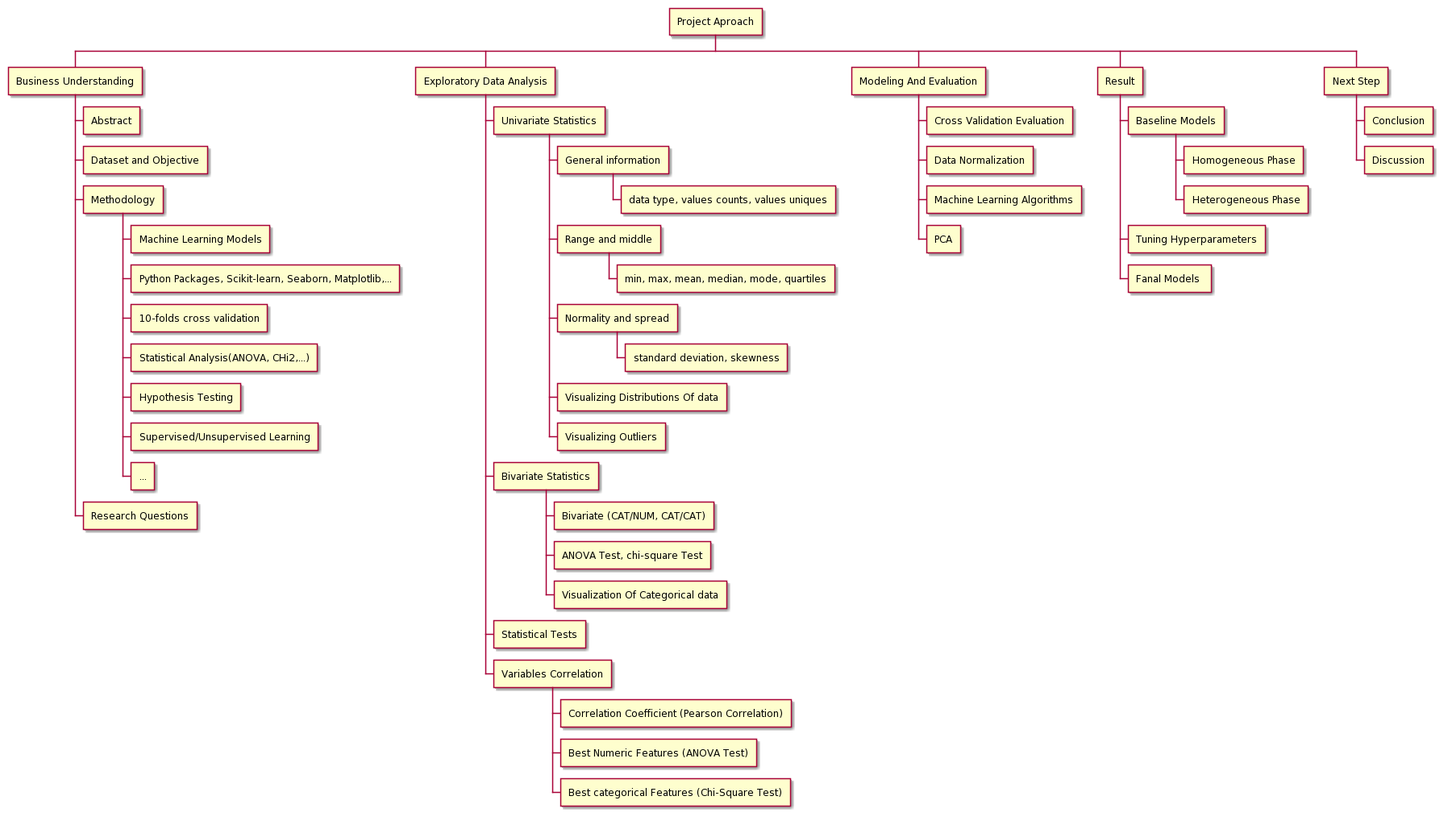
Above: Project Phases Graph.png in masram-ml/rpstry-bdap-occup-estmt- (PlantUML), before the change.
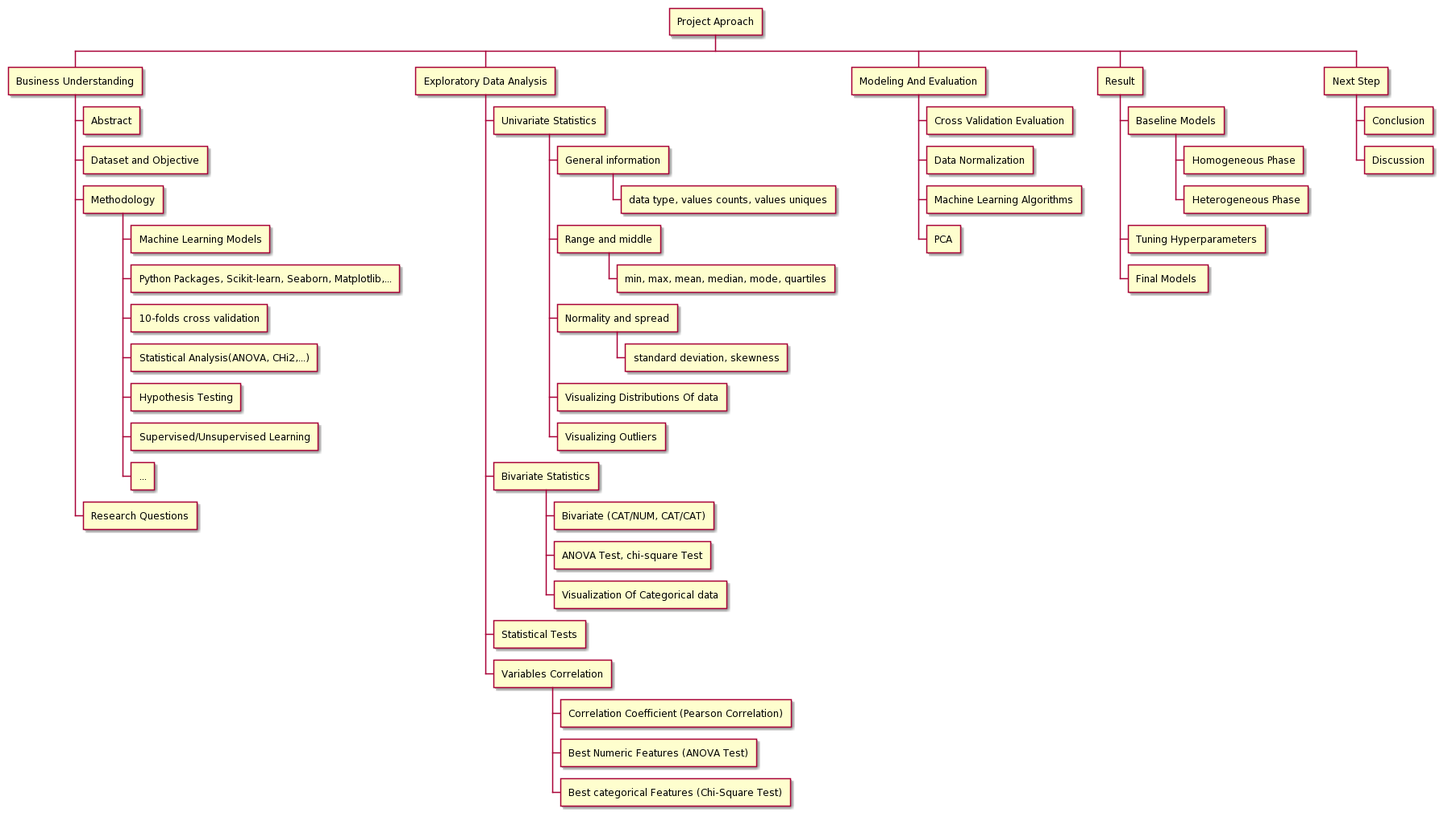
Above is the later version.

What changed in the source:
```diff
@@ -44,7 +44,7 @@
 **** Homogeneous Phase
 **** Heterogeneous Phase
 *** Tuning Hyperparameters
-*** Fanal Models
+*** Final Models
 ** Next Step
 *** Conclusion
 *** Discussion
```
